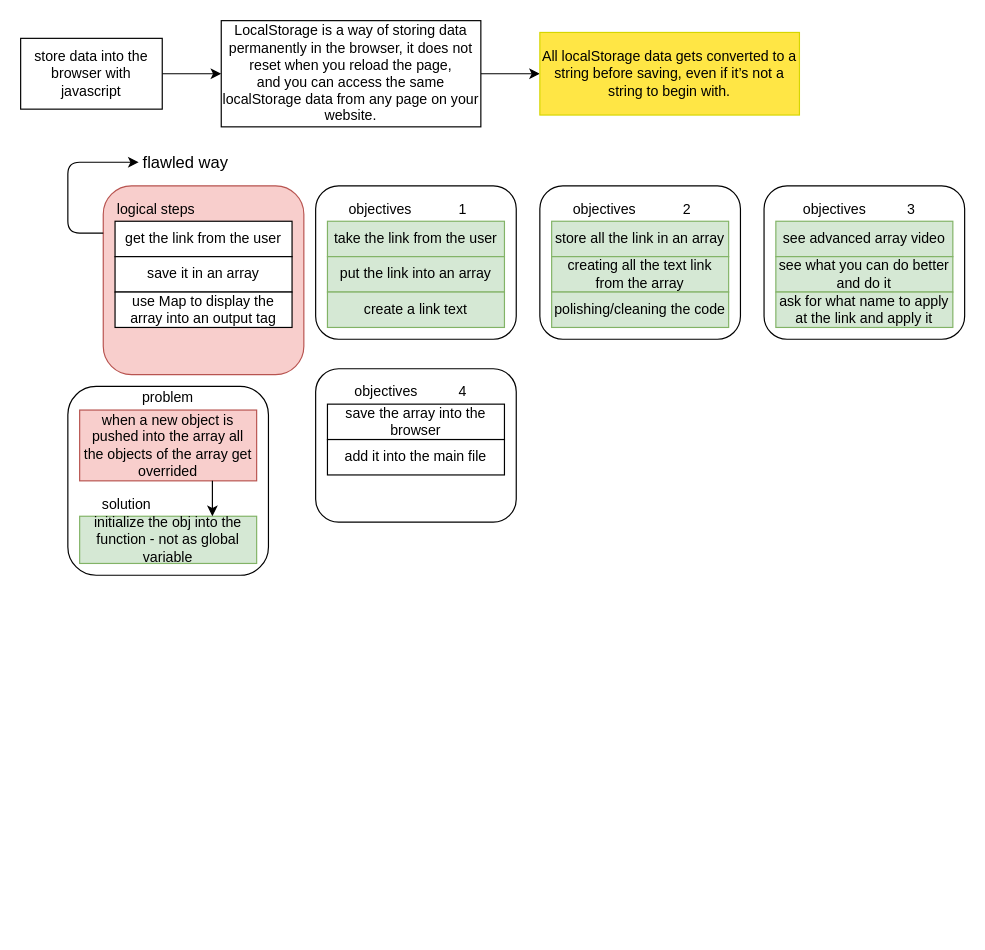
The draw.io diagram data_storage.drawio in gabrieleboccarusso/startpage, before the edit. Source tidied: cells renumbered, new cells numbered last; positions are measured from the earlier drawing's top-left corner, leaving out a move shared by most shapes. Both pictures are drawn from the tidied source at 118%, with x=0, y=0 at pixel (20, 20).
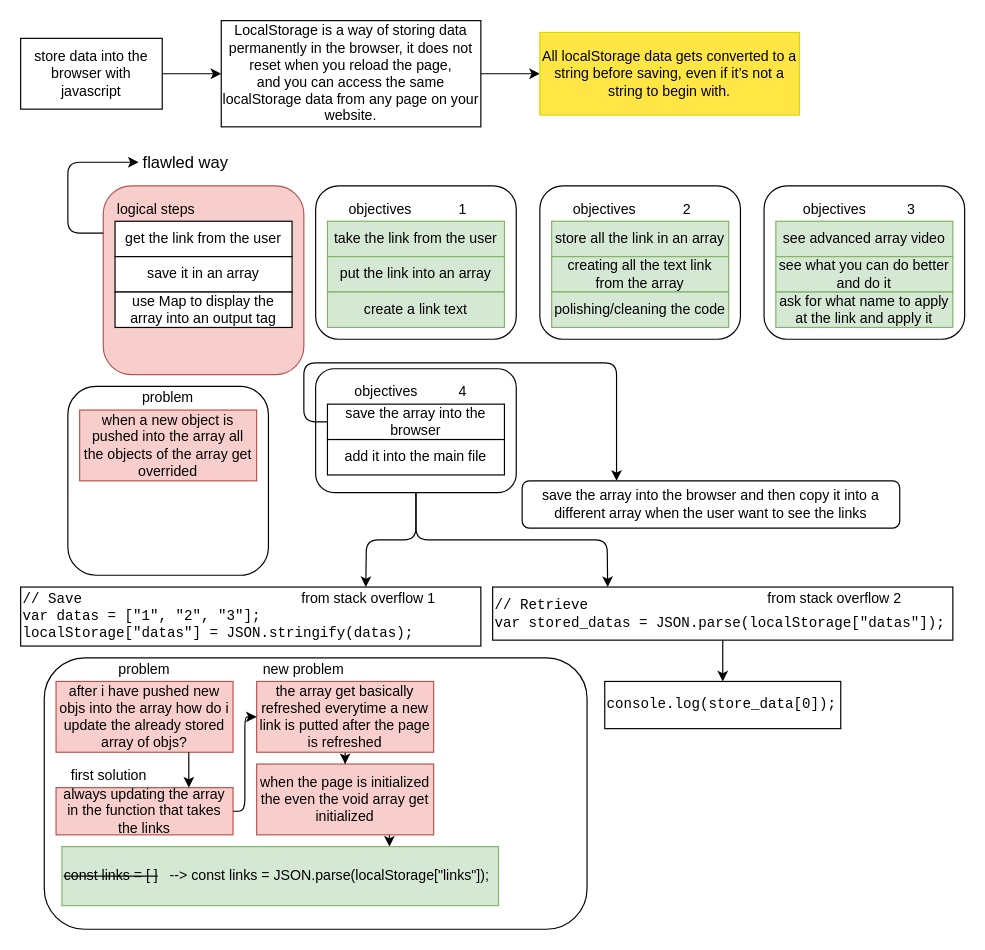
The same diagram, later.

Commit message (it also covers changes not shown here):
created working script for client side storage

Unchanged cells that the change refers to:
```xml
<mxCell id="32" value="when a new object is pushed into the array all the objects of the array get overrided" style="rounded=0;whiteSpace=wrap;html=1;fillColor=#f8cecc;strokeColor=#b85450;" parent="1" vertex="1">
  <mxGeometry x="50" y="330" width="150" height="60" as="geometry" />
</mxCell>
<mxCell id="38" value="save the array into the browser" style="rounded=0;whiteSpace=wrap;html=1;" parent="1" vertex="1">
  <mxGeometry x="260" y="325" width="150" height="30" as="geometry" />
</mxCell>
```

Diff of the diagram source:
```diff
@@
-    <mxCell id="33" value="initialize the obj into the function - not as global variable" style="rounded=0;whiteSpace=wrap;html=1;fillColor=#d5e8d4;strokeColor=#82b366;" parent="1" vertex="1">
-      <mxGeometry x="50" y="420" width="150" height="40" as="geometry" />
-    </mxCell>
-    <mxCell id="34" style="endArrow=classic;html=1;exitX=0.75;exitY=1;exitDx=0;exitDy=0;entryX=0.75;entryY=0;entryDx=0;entryDy=0;" parent="1" edge="1" source="32" target="33">
-      <mxGeometry relative="1" as="geometry" />
-    </mxCell>
-    <mxCell id="35" value="solution" style="text;html=1;strokeColor=none;fillColor=none;align=center;verticalAlign=middle;whiteSpace=wrap;rounded=0;" parent="1" vertex="1">
-      <mxGeometry x="50" y="400" width="80" height="20" as="geometry" />
-    </mxCell>
     <mxCell id="36" style="rounded=1;whiteSpace=wrap;html=1;" parent="1" vertex="1">
-      <mxGeometry x="250" y="295" width="170" height="130" as="geometry" />
+      <mxGeometry x="250" y="295" width="170" height="105" as="geometry" />
     </mxCell>
@@
+    <mxCell id="43" style="endArrow=classic;html=1;exitX=0.5;exitY=1;exitDx=0;exitDy=0;entryX=0.75;entryY=0;entryDx=0;entryDy=0;" parent="1" edge="1" source="36" target="44">
+      <mxGeometry relative="1" as="geometry">
+        <Array as="points">
+          <mxPoint x="335" y="440" />
+          <mxPoint x="293" y="440" />
+        </Array>
+      </mxGeometry>
+    </mxCell>
+    <mxCell id="44" value="&lt;pre class=&quot;default s-code-block hljs javascript&quot;&gt;&lt;code&gt;&lt;span class=&quot;hljs-comment&quot;&gt;// Save&lt;/span&gt;&lt;br&gt;&lt;span class=&quot;hljs-keyword&quot;&gt;var&lt;/span&gt; datas = [&lt;span class=&quot;hljs-string&quot;&gt;&quot;1&quot;&lt;/span&gt;, &lt;span class=&quot;hljs-string&quot;&gt;&quot;2&quot;&lt;/span&gt;, &lt;span class=&quot;hljs-string&quot;&gt;&quot;3&quot;&lt;/span&gt;];&lt;br&gt;&lt;span class=&quot;hljs-built_in&quot;&gt;localStorage&lt;/span&gt;[&lt;span class=&quot;hljs-string&quot;&gt;&quot;datas&quot;&lt;/span&gt;] = &lt;span class=&quot;hljs-built_in&quot;&gt;JSON&lt;/span&gt;.stringify(datas);&lt;br&gt;&lt;/code&gt;&lt;/pre&gt;" style="rounded=0;whiteSpace=wrap;html=1;align=left;" parent="1" vertex="1">
+      <mxGeometry y="480" width="390" height="50" as="geometry" />
+    </mxCell>
+    <mxCell id="45" value="&lt;pre class=&quot;default s-code-block hljs javascript&quot;&gt;&lt;code&gt;&lt;pre class=&quot;default s-code-block hljs javascript&quot;&gt;&lt;code&gt;&lt;span class=&quot;hljs-comment&quot;&gt;// Retrieve&lt;/span&gt;&lt;br&gt;&lt;span class=&quot;hljs-keyword&quot;&gt;var&lt;/span&gt; stored_datas = &lt;span class=&quot;hljs-built_in&quot;&gt;JSON&lt;/span&gt;.parse(&lt;span class=&quot;hljs-built_in&quot;&gt;localStorage&lt;/span&gt;[&lt;span class=&quot;hljs-string&quot;&gt;&quot;datas&quot;&lt;/span&gt;]);&lt;/code&gt;&lt;/pre&gt;&lt;/code&gt;&lt;/pre&gt;" style="rounded=0;whiteSpace=wrap;html=1;align=left;" parent="1" vertex="1">
+      <mxGeometry x="400" y="480" width="390" height="45" as="geometry" />
+    </mxCell>
+    <mxCell id="46" value="from stack overflow 1" style="text;html=1;strokeColor=none;fillColor=none;align=center;verticalAlign=middle;whiteSpace=wrap;rounded=0;" parent="1" vertex="1">
+      <mxGeometry x="200" y="480" width="190" height="20" as="geometry" />
+    </mxCell>
+    <mxCell id="47" value="from stack overflow 2" style="text;html=1;strokeColor=none;fillColor=none;align=center;verticalAlign=middle;whiteSpace=wrap;rounded=0;" parent="1" vertex="1">
+      <mxGeometry x="595" y="480" width="190" height="20" as="geometry" />
+    </mxCell>
+    <mxCell id="48" style="endArrow=classic;html=1;exitX=0.5;exitY=1;exitDx=0;exitDy=0;entryX=0.25;entryY=0;entryDx=0;entryDy=0;" parent="1" edge="1" source="36" target="45">
+      <mxGeometry relative="1" as="geometry">
+        <Array as="points">
+          <mxPoint x="335" y="440" />
+          <mxPoint x="497" y="440" />
+        </Array>
+      </mxGeometry>
+    </mxCell>
+    <mxCell id="49" value="&lt;pre class=&quot;default s-code-block hljs javascript&quot;&gt;&lt;code&gt;&lt;pre class=&quot;default s-code-block hljs javascript&quot;&gt;&lt;code&gt;console.log(store_data[0]);&lt;/code&gt;&lt;/pre&gt;&lt;/code&gt;&lt;/pre&gt;" style="rounded=0;whiteSpace=wrap;html=1;align=left;" parent="1" vertex="1">
+      <mxGeometry x="495" y="560" width="200" height="40" as="geometry" />
+    </mxCell>
+    <mxCell id="50" style="endArrow=classic;html=1;exitX=0.5;exitY=1;exitDx=0;exitDy=0;entryX=0.5;entryY=0;entryDx=0;entryDy=0;" parent="1" edge="1" source="45" target="49">
+      <mxGeometry relative="1" as="geometry" />
+    </mxCell>
+    <mxCell id="51" value="save the array into the browser and then copy it into a different array when the user want to see the links" style="rounded=1;whiteSpace=wrap;html=1;" parent="1" vertex="1">
+      <mxGeometry x="425" y="390" width="320" height="40" as="geometry" />
+    </mxCell>
+    <mxCell id="52" style="edgeStyle=orthogonalEdgeStyle;rounded=1;jettySize=auto;html=1;entryX=0.25;entryY=0;entryDx=0;entryDy=0;exitX=0;exitY=0.5;exitDx=0;exitDy=0;" parent="1" edge="1" source="38" target="51">
+      <mxGeometry relative="1" as="geometry">
+        <Array as="points">
+          <mxPoint x="240" y="340" />
+          <mxPoint x="240" y="290" />
+          <mxPoint x="505" y="290" />
+        </Array>
+      </mxGeometry>
+    </mxCell>
+    <mxCell id="53" style="rounded=1;whiteSpace=wrap;html=1;" parent="1" vertex="1">
+      <mxGeometry x="20" y="540" width="460" height="230" as="geometry" />
+    </mxCell>
+    <mxCell id="54" value="problem" style="text;html=1;strokeColor=none;fillColor=none;align=center;verticalAlign=middle;whiteSpace=wrap;rounded=0;" parent="1" vertex="1">
+      <mxGeometry x="65" y="540" width="80" height="20" as="geometry" />
+    </mxCell>
+    <mxCell id="55" value="after i have pushed new objs into the array how do i update the already stored array of objs?" style="rounded=0;whiteSpace=wrap;html=1;fillColor=#f8cecc;strokeColor=#b85450;" parent="1" vertex="1">
+      <mxGeometry x="30" y="560" width="150" height="60" as="geometry" />
+    </mxCell>
+    <mxCell id="33" value="always updating the array in the function that takes the links" style="rounded=0;whiteSpace=wrap;html=1;fillColor=#f8cecc;strokeColor=#b85450;" parent="1" vertex="1">
+      <mxGeometry x="30" y="650" width="150" height="40" as="geometry" />
+    </mxCell>
+    <mxCell id="34" style="endArrow=classic;html=1;exitX=0.75;exitY=1;exitDx=0;exitDy=0;entryX=0.75;entryY=0;entryDx=0;entryDy=0;" parent="1" edge="1" source="55" target="33">
+      <mxGeometry relative="1" as="geometry" />
+    </mxCell>
+    <mxCell id="35" value="first solution" style="text;html=1;strokeColor=none;fillColor=none;align=center;verticalAlign=middle;whiteSpace=wrap;rounded=0;" parent="1" vertex="1">
+      <mxGeometry x="35" y="630" width="80" height="20" as="geometry" />
+    </mxCell>
+    <mxCell id="56" style="edgeStyle=orthogonalEdgeStyle;rounded=1;jettySize=auto;html=1;" parent="1" edge="1" source="57" target="61">
+      <mxGeometry relative="1" as="geometry" />
+    </mxCell>
+    <mxCell id="57" value="the array get basically refreshed everytime a new link is putted after the page is refreshed" style="rounded=0;whiteSpace=wrap;html=1;fillColor=#f8cecc;strokeColor=#b85450;" parent="1" vertex="1">
+      <mxGeometry x="200" y="560" width="150" height="60" as="geometry" />
+    </mxCell>
+    <mxCell id="58" style="endArrow=classic;html=1;exitX=1;exitY=0.5;exitDx=0;exitDy=0;entryX=0;entryY=0.5;entryDx=0;entryDy=0;" parent="1" edge="1" source="33" target="57">
+      <mxGeometry relative="1" as="geometry">
+        <Array as="points">
+          <mxPoint x="190" y="670" />
+          <mxPoint x="190" y="590" />
+        </Array>
+      </mxGeometry>
+    </mxCell>
+    <mxCell id="59" value="new problem" style="text;html=1;strokeColor=none;fillColor=none;align=center;verticalAlign=middle;whiteSpace=wrap;rounded=0;" parent="1" vertex="1">
+      <mxGeometry x="200" y="540" width="80" height="20" as="geometry" />
+    </mxCell>
+    <mxCell id="60" style="edgeStyle=orthogonalEdgeStyle;rounded=1;jettySize=auto;html=1;entryX=0.75;entryY=0;entryDx=0;entryDy=0;" parent="1" edge="1" source="61" target="62">
+      <mxGeometry relative="1" as="geometry">
+        <Array as="points">
+          <mxPoint x="290" y="690" />
+          <mxPoint x="290" y="690" />
+        </Array>
+      </mxGeometry>
+    </mxCell>
+    <mxCell id="61" value="when the page is initialized the even the void array get initialized" style="rounded=0;whiteSpace=wrap;html=1;fillColor=#f8cecc;strokeColor=#b85450;" parent="1" vertex="1">
+      <mxGeometry x="200" y="630" width="150" height="60" as="geometry" />
+    </mxCell>
+    <mxCell id="62" value="&lt;strike&gt;const links = [ ]&lt;/strike&gt;&amp;nbsp; &amp;nbsp;--&amp;gt; const links = JSON.parse(localStorage[&quot;links&quot;]);" style="rounded=0;whiteSpace=wrap;html=1;align=left;fillColor=#d5e8d4;strokeColor=#82b366;" parent="1" vertex="1">
+      <mxGeometry x="35" y="700" width="370" height="50" as="geometry" />
+    </mxCell>
```
